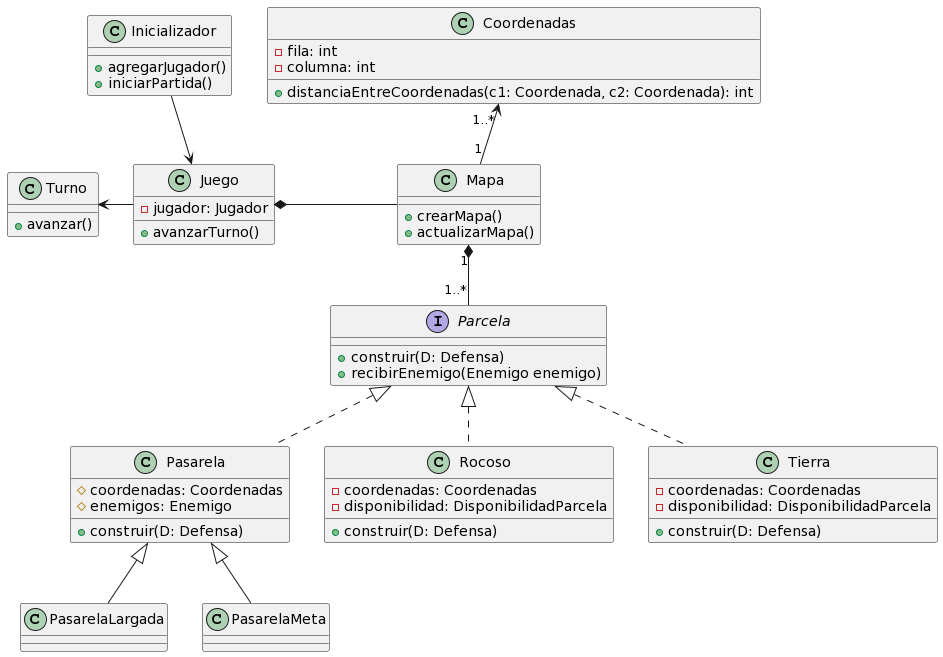
Aldumogi/AlgoDefense keeps this PlantUML diagram as diagrams/classes/DC_2.png. Above is the earlier version.
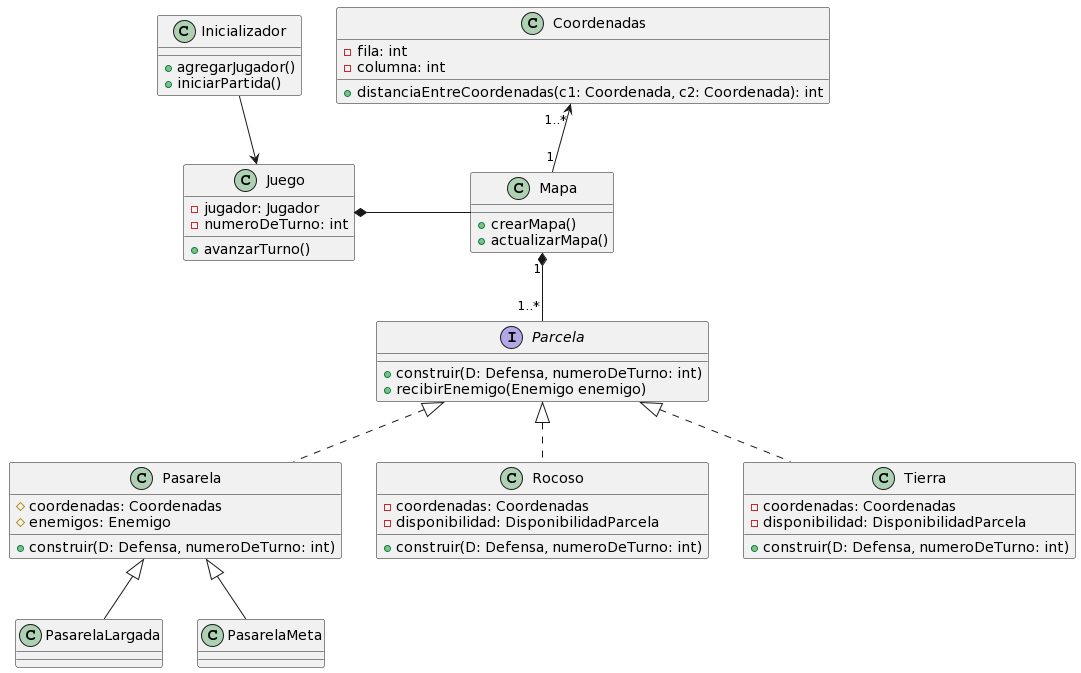
Above is the later version.

Diff of the diagram source:
```diff
@@ -1,16 +1,13 @@
 @startuml
 class Juego {
 - jugador: Jugador
+- numeroDeTurno: int
 + avanzarTurno()
 }
 
 class Inicializador {
 + agregarJugador()
 + iniciarPartida()
-}
-
-class Turno {
-+ avanzar()
 }
 
 class Mapa {
@@ -25,14 +22,14 @@
 }
 
 interface Parcela {
-+ construir(D: Defensa)
++ construir(D: Defensa, numeroDeTurno: int)
 + recibirEnemigo(Enemigo enemigo)
 }
 
 class Pasarela {
 # coordenadas: Coordenadas
 # enemigos: Enemigo
-+ construir(D: Defensa)
++ construir(D: Defensa, numeroDeTurno: int)
 }
 
 class PasarelaLargada {}
@@ -42,13 +39,13 @@
 class Rocoso {
 - coordenadas: Coordenadas
 - disponibilidad: DisponibilidadParcela
-+ construir(D: Defensa)
++ construir(D: Defensa, numeroDeTurno: int)
 }
 
 class Tierra {
 - coordenadas: Coordenadas
 - disponibilidad: DisponibilidadParcela
-+ construir(D: Defensa)
++ construir(D: Defensa, numeroDeTurno: int)
 }
 
 Parcela <|.. Pasarela
@@ -62,7 +59,6 @@
 
 Inicializador --> Juego
 Juego *- Mapa
-Turno <- Juego
 Mapa "1" *-- "1..*" Parcela
 Coordenadas "1..*" <-- "1" Mapa
 @enduml
```
